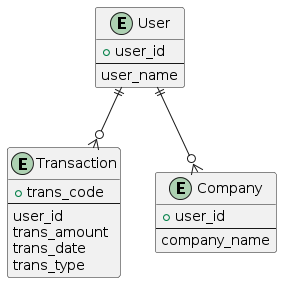
S0NM/datachat-demo keeps this PlantUML diagram as cache/plantuml_img.png. Above is the earlier version.
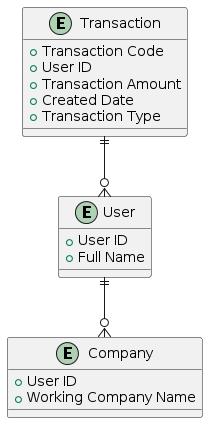
Later version of the same file.

Change to the diagram source:
```diff
@@ -1,25 +1,22 @@
 @startuml
-entity User {
-  + user_id
-  --
-  user_name
+entity Transaction {
+  + Transaction Code
+  + User ID
+  + Transaction Amount
+  + Created Date
+  + Transaction Type
 }
 
-entity Transaction {
-  + trans_code
-  --
-  user_id
-  trans_amount
-  trans_date
-  trans_type
+entity User {
+  + User ID
+  + Full Name
 }
 
 entity Company {
-  + user_id
-  --
-  company_name
+  + User ID
+  + Working Company Name
 }
 
-User ||--o{ Transaction
+Transaction ||--o{ User
 User ||--o{ Company
 @enduml
```
